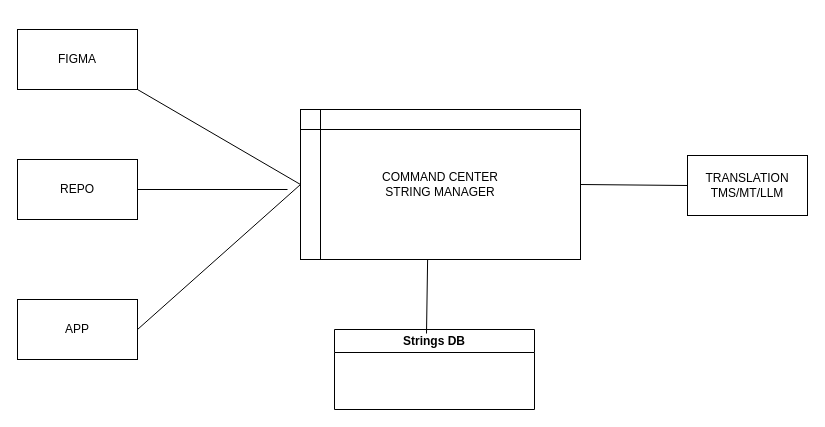
oliboubanLingoport/docs keeps this draw.io diagram as draw.io/Untitled Diagram.drawio. Above is the earlier version. Source tidied: cells renumbered, new cells numbered last; positions are measured from the earlier drawing's top-left corner, leaving out a move shared by most shapes. Both pictures are drawn from the tidied source at 100%, with x=0, y=0 at pixel (17, 29).
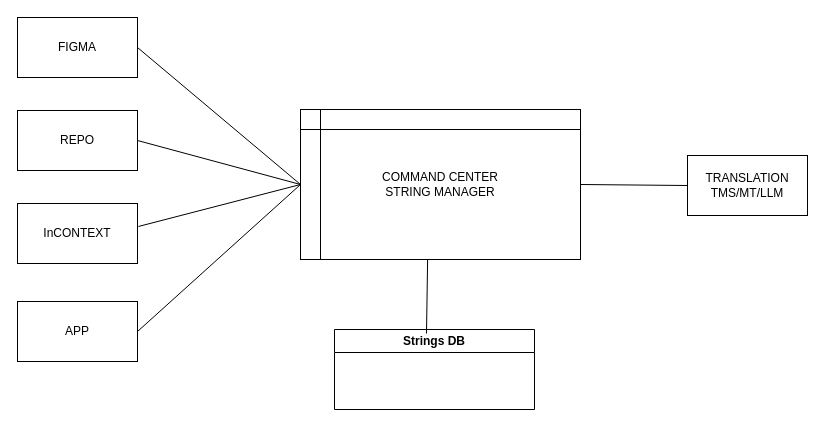
After the change.

Commit message:
Strings DB with INCONTEXT

What changed in the source:
```diff
@@
 <mxGraphModel>
   <root>
     <mxCell id="0" />
     <mxCell id="1" parent="0" />
     <mxCell id="2" value="Strings DB" style="swimlane;whiteSpace=wrap;html=1;" parent="1" vertex="1">
       <mxGeometry x="317" y="300" width="200" height="80" as="geometry" />
     </mxCell>
     <mxCell id="3" value="FIGMA" style="rounded=0;whiteSpace=wrap;html=1;" parent="1" vertex="1">
-      <mxGeometry width="120" height="60" as="geometry" />
+      <mxGeometry y="-12" width="120" height="60" as="geometry" />
     </mxCell>
     <mxCell id="4" value="REPO" style="rounded=0;whiteSpace=wrap;html=1;" parent="1" vertex="1">
-      <mxGeometry y="130" width="120" height="60" as="geometry" />
+      <mxGeometry y="81" width="120" height="60" as="geometry" />
     </mxCell>
     <mxCell id="5" value="APP" style="rounded=0;whiteSpace=wrap;html=1;" parent="1" vertex="1">
-      <mxGeometry y="270" width="120" height="60" as="geometry" />
+      <mxGeometry y="272" width="120" height="60" as="geometry" />
     </mxCell>
     <mxCell id="6" value="&lt;div&gt;COMMAND CENTER&lt;/div&gt;&lt;div&gt;STRING MANAGER&lt;/div&gt;" style="shape=internalStorage;whiteSpace=wrap;html=1;backgroundOutline=1;" parent="1" vertex="1">
       <mxGeometry x="283" y="80" width="280" height="150" as="geometry" />
     </mxCell>
-    <mxCell id="7" style="endArrow=none;html=1;rounded=0;entryX=0;entryY=0.5;entryDx=0;entryDy=0;" parent="1" edge="1" target="6">
-      <mxGeometry relative="1" as="geometry">
-        <mxPoint x="120" y="60" as="sourcePoint" />
-      </mxGeometry>
+    <mxCell id="7" style="endArrow=none;html=1;rounded=0;entryX=0;entryY=0.5;entryDx=0;entryDy=0;exitX=1;exitY=0.5;exitDx=0;exitDy=0;" parent="1" edge="1" source="3" target="6">
+      <mxGeometry relative="1" as="geometry" />
     </mxCell>
-    <mxCell id="8" style="endArrow=none;html=1;rounded=0;exitX=1;exitY=0.5;exitDx=0;exitDy=0;" parent="1" edge="1" source="4">
-      <mxGeometry relative="1" as="geometry">
-        <mxPoint x="270" y="160" as="targetPoint" />
-      </mxGeometry>
+    <mxCell id="8" style="endArrow=none;html=1;rounded=0;exitX=1;exitY=0.5;exitDx=0;exitDy=0;entryX=0;entryY=0.5;entryDx=0;entryDy=0;" parent="1" edge="1" source="4" target="6">
+      <mxGeometry relative="1" as="geometry" />
     </mxCell>
     <mxCell id="9" style="endArrow=none;html=1;rounded=0;exitX=1;exitY=0.5;exitDx=0;exitDy=0;entryX=0;entryY=0.5;entryDx=0;entryDy=0;" parent="1" edge="1" source="5" target="6">
       <mxGeometry relative="1" as="geometry" />
     </mxCell>
     <mxCell id="10" style="endArrow=none;html=1;rounded=0;exitX=0.46;exitY=0.05;exitDx=0;exitDy=0;exitPerimeter=0;entryX=0.454;entryY=1;entryDx=0;entryDy=0;entryPerimeter=0;" parent="1" edge="1" source="2" target="6">
       <mxGeometry relative="1" as="geometry" />
     </mxCell>
     <mxCell id="11" value="TRANSLATION&lt;div&gt;TMS/MT/LLM&lt;/div&gt;" style="rounded=0;whiteSpace=wrap;html=1;" parent="1" vertex="1">
       <mxGeometry x="670" y="126" width="120" height="60" as="geometry" />
     </mxCell>
     <mxCell id="12" style="endArrow=none;html=1;rounded=0;entryX=0;entryY=0.5;entryDx=0;entryDy=0;exitX=1;exitY=0.5;exitDx=0;exitDy=0;" parent="1" edge="1" source="6" target="11">
       <mxGeometry relative="1" as="geometry" />
     </mxCell>
+    <mxCell id="13" value="InCONTEXT" style="rounded=0;whiteSpace=wrap;html=1;" parent="1" vertex="1">
+      <mxGeometry y="174" width="120" height="60" as="geometry" />
+    </mxCell>
+    <mxCell id="14" style="endArrow=none;html=1;rounded=0;exitX=1.008;exitY=0.383;exitDx=0;exitDy=0;exitPerimeter=0;entryX=0;entryY=0.5;entryDx=0;entryDy=0;" parent="1" edge="1" source="13" target="6">
+      <mxGeometry relative="1" as="geometry" />
+    </mxCell>
   </root>
 </mxGraphModel>
```
